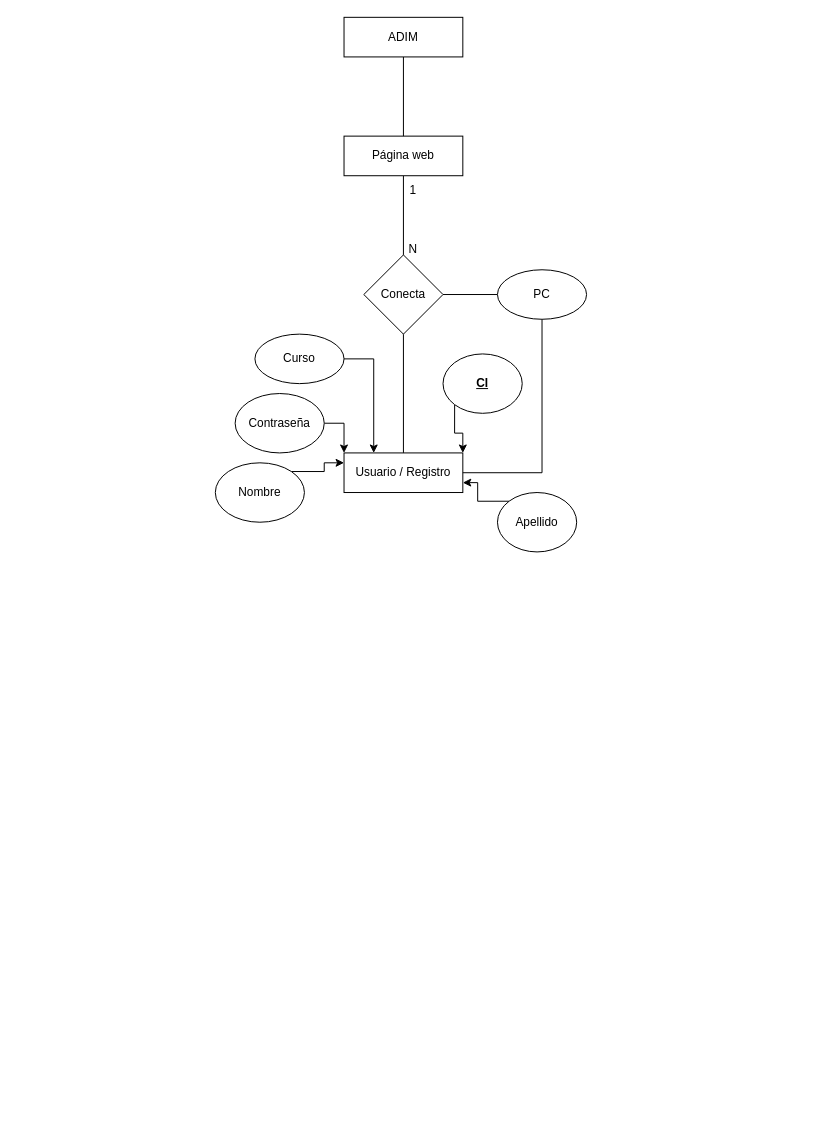
Above: EDUCONNECTMR.drawio in Arcxcad/3ro-bt-informatica (draw.io), before the change. Source tidied: cells renumbered, new cells numbered last; positions are measured from the earlier drawing's top-left corner, leaving out a move shared by most shapes. Both pictures are drawn from the tidied source at 99%, with x=0, y=0 at pixel (215, 17).
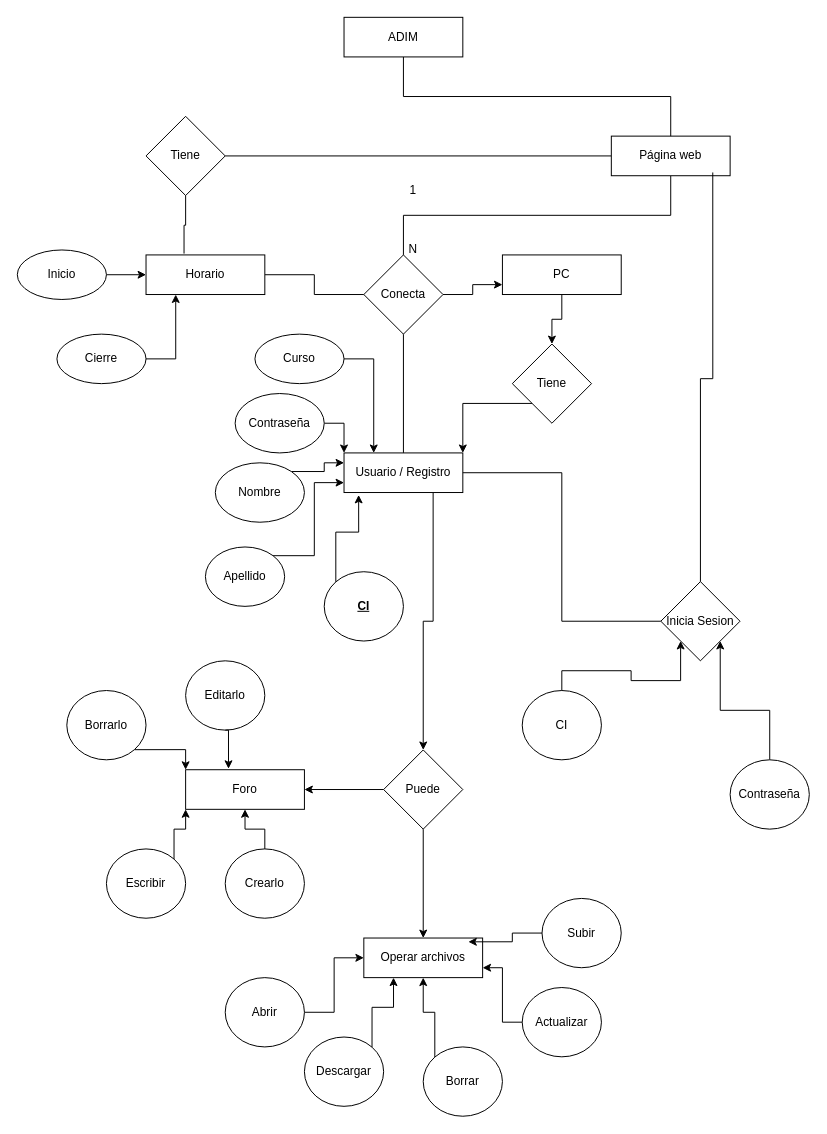
Above is the later version.

Unchanged cells that the change refers to:
```xml
<mxCell id="6" value="Conecta" style="rhombus;whiteSpace=wrap;html=1;shapeInside=1;" parent="1" vertex="1">
  <mxGeometry x="150" y="240" width="80" height="80" as="geometry" />
</mxCell>
<mxCell id="9" value="Usuario / Registro" style="rounded=0;whiteSpace=wrap;html=1;" parent="1" vertex="1">
  <mxGeometry x="130" y="440" width="120" height="40" as="geometry" />
</mxCell>
```

Change to the diagram source:
```diff
@@
+    <mxCell id="24" style="edgeStyle=orthogonalEdgeStyle;rounded=0;jettySize=auto;html=1;exitX=0;exitY=0.5;exitDx=0;exitDy=0;entryX=1;entryY=0.5;entryDx=0;entryDy=0;endArrow=none;endFill=0;" parent="1" edge="1" source="3" target="28">
+      <mxGeometry relative="1" as="geometry" />
+    </mxCell>
     <mxCell id="3" value="Página web" style="rounded=0;whiteSpace=wrap;html=1;" parent="1" vertex="1">
-      <mxGeometry x="130" y="120" width="120" height="40" as="geometry" />
+      <mxGeometry x="400" y="120" width="120" height="40" as="geometry" />
     </mxCell>
@@
-    <mxCell id="5" style="edgeStyle=orthogonalEdgeStyle;rounded=0;jettySize=auto;html=1;exitX=1;exitY=0.5;exitDx=0;exitDy=0;entryX=0;entryY=0.5;entryDx=0;entryDy=0;endArrow=none;endFill=0;" parent="1" edge="1" source="6" target="23">
+    <mxCell id="5" style="edgeStyle=orthogonalEdgeStyle;rounded=0;jettySize=auto;html=1;exitX=1;exitY=0.5;exitDx=0;exitDy=0;entryX=0;entryY=0.75;entryDx=0;entryDy=0;" parent="1" edge="1" source="6" target="23">
       <mxGeometry relative="1" as="geometry" />
     </mxCell>
@@
+    <mxCell id="25" style="edgeStyle=orthogonalEdgeStyle;rounded=0;jettySize=auto;html=1;exitX=0.75;exitY=1;exitDx=0;exitDy=0;entryX=0.5;entryY=0;entryDx=0;entryDy=0;" parent="1" edge="1" source="9" target="46">
+      <mxGeometry relative="1" as="geometry" />
+    </mxCell>
@@
-    <mxCell id="12" style="edgeStyle=orthogonalEdgeStyle;rounded=0;jettySize=auto;html=1;exitX=0;exitY=0;exitDx=0;exitDy=0;entryX=1;entryY=0.75;entryDx=0;entryDy=0;" parent="1" edge="1" source="13" target="9">
+    <mxCell id="12" style="edgeStyle=orthogonalEdgeStyle;rounded=0;jettySize=auto;html=1;exitX=1;exitY=0;exitDx=0;exitDy=0;entryX=0;entryY=0.75;entryDx=0;entryDy=0;" parent="1" edge="1" source="13" target="9">
       <mxGeometry relative="1" as="geometry" />
     </mxCell>
     <mxCell id="13" value="Apellido" style="ellipse;whiteSpace=wrap;html=1;shapeInside=1;" parent="1" vertex="1">
-      <mxGeometry x="285" y="480" width="80" height="60" as="geometry" />
+      <mxGeometry x="-10" y="535" width="80" height="60" as="geometry" />
     </mxCell>
-    <mxCell id="14" style="edgeStyle=orthogonalEdgeStyle;rounded=0;jettySize=auto;html=1;exitX=0;exitY=1;exitDx=0;exitDy=0;entryX=1;entryY=0;entryDx=0;entryDy=0;" parent="1" edge="1" source="15" target="9">
-      <mxGeometry relative="1" as="geometry" />
-    </mxCell>
-    <mxCell id="15" value="&lt;u&gt;&lt;b&gt;CI&lt;/b&gt;&lt;/u&gt;" style="ellipse;whiteSpace=wrap;html=1;shapeInside=1;" parent="1" vertex="1">
-      <mxGeometry x="230" y="340" width="80" height="60" as="geometry" />
+    <mxCell id="15" value="&lt;u&gt;&lt;b&gt;CI&lt;/b&gt;&lt;/u&gt;" style="ellipse;whiteSpace=wrap;html=1;shapeInside=1;direction=south;" parent="1" vertex="1">
+      <mxGeometry x="110" y="560" width="80" height="70" as="geometry" />
     </mxCell>
@@
-    <mxCell id="22" style="edgeStyle=orthogonalEdgeStyle;rounded=0;jettySize=auto;html=1;exitX=0.5;exitY=1;exitDx=0;exitDy=0;entryX=1;entryY=0.5;entryDx=0;entryDy=0;endArrow=none;endFill=0;" parent="1" edge="1" source="23" target="9">
-      <mxGeometry relative="1" as="geometry" />
-    </mxCell>
+    <mxCell id="26" style="edgeStyle=orthogonalEdgeStyle;rounded=0;jettySize=auto;html=1;exitX=1;exitY=0.5;exitDx=0;exitDy=0;entryX=0;entryY=0.5;entryDx=0;entryDy=0;endArrow=none;endFill=0;" parent="1" edge="1" source="27" target="6">
+      <mxGeometry relative="1" as="geometry" />
+    </mxCell>
+    <mxCell id="27" value="Horario" style="rounded=0;whiteSpace=wrap;html=1;" parent="1" vertex="1">
+      <mxGeometry x="-70" y="240" width="120" height="40" as="geometry" />
+    </mxCell>
+    <mxCell id="28" value="Tiene" style="rhombus;whiteSpace=wrap;html=1;shapeInside=1;" parent="1" vertex="1">
+      <mxGeometry x="-70" y="100" width="80" height="80" as="geometry" />
+    </mxCell>
+    <mxCell id="29" style="edgeStyle=orthogonalEdgeStyle;rounded=0;jettySize=auto;html=1;exitX=0.5;exitY=1;exitDx=0;exitDy=0;entryX=0.32;entryY=-0.034;entryDx=0;entryDy=0;entryPerimeter=0;endArrow=none;endFill=0;" parent="1" edge="1" source="28" target="27">
+      <mxGeometry relative="1" as="geometry" />
+    </mxCell>
+    <mxCell id="30" style="edgeStyle=orthogonalEdgeStyle;rounded=0;jettySize=auto;html=1;exitX=0;exitY=0.5;exitDx=0;exitDy=0;entryX=1;entryY=0.5;entryDx=0;entryDy=0;endArrow=none;endFill=0;" parent="1" edge="1" source="31" target="9">
+      <mxGeometry relative="1" as="geometry" />
+    </mxCell>
+    <mxCell id="31" value="Inicia Sesion" style="rhombus;whiteSpace=wrap;html=1;shapeInside=1;" parent="1" vertex="1">
+      <mxGeometry x="450" y="570" width="80" height="80" as="geometry" />
+    </mxCell>
+    <mxCell id="14" style="edgeStyle=orthogonalEdgeStyle;rounded=0;jettySize=auto;html=1;exitX=0;exitY=1;exitDx=0;exitDy=0;entryX=0.123;entryY=1.061;entryDx=0;entryDy=0;entryPerimeter=0;" parent="1" edge="1" source="15" target="9">
+      <mxGeometry relative="1" as="geometry" />
+    </mxCell>
+    <mxCell id="32" style="edgeStyle=orthogonalEdgeStyle;rounded=0;jettySize=auto;html=1;exitX=0.5;exitY=0;exitDx=0;exitDy=0;entryX=0.854;entryY=0.918;entryDx=0;entryDy=0;entryPerimeter=0;endArrow=none;endFill=0;" parent="1" edge="1" source="31" target="3">
+      <mxGeometry relative="1" as="geometry" />
+    </mxCell>
+    <mxCell id="33" style="edgeStyle=orthogonalEdgeStyle;rounded=0;jettySize=auto;html=1;exitX=0;exitY=0.5;exitDx=0;exitDy=0;entryX=0;entryY=1;entryDx=0;entryDy=0;" parent="1" edge="1" source="34" target="31">
+      <mxGeometry relative="1" as="geometry" />
+    </mxCell>
+    <mxCell id="34" value="CI" style="ellipse;whiteSpace=wrap;html=1;shapeInside=1;direction=south;" parent="1" vertex="1">
+      <mxGeometry x="310" y="680" width="80" height="70" as="geometry" />
+    </mxCell>
+    <mxCell id="35" style="edgeStyle=orthogonalEdgeStyle;rounded=0;jettySize=auto;html=1;exitX=0;exitY=0.5;exitDx=0;exitDy=0;entryX=1;entryY=1;entryDx=0;entryDy=0;" parent="1" edge="1" source="36" target="31">
+      <mxGeometry relative="1" as="geometry" />
+    </mxCell>
+    <mxCell id="36" value="Contraseña" style="ellipse;whiteSpace=wrap;html=1;shapeInside=1;direction=south;" parent="1" vertex="1">
+      <mxGeometry x="520" y="750" width="80" height="70" as="geometry" />
+    </mxCell>
+    <mxCell id="37" style="edgeStyle=orthogonalEdgeStyle;rounded=0;jettySize=auto;html=1;exitX=1;exitY=0.5;exitDx=0;exitDy=0;entryX=0;entryY=0.5;entryDx=0;entryDy=0;" parent="1" edge="1" source="38" target="27">
+      <mxGeometry relative="1" as="geometry" />
+    </mxCell>
+    <mxCell id="38" value="Inicio" style="ellipse;whiteSpace=wrap;html=1;shapeInside=1;" parent="1" vertex="1">
+      <mxGeometry x="-200" y="235" width="90" height="50" as="geometry" />
+    </mxCell>
+    <mxCell id="39" style="edgeStyle=orthogonalEdgeStyle;rounded=0;jettySize=auto;html=1;exitX=1;exitY=0.5;exitDx=0;exitDy=0;entryX=0.25;entryY=1;entryDx=0;entryDy=0;" parent="1" edge="1" source="40" target="27">
+      <mxGeometry relative="1" as="geometry" />
+    </mxCell>
+    <mxCell id="40" value="Cierre" style="ellipse;whiteSpace=wrap;html=1;shapeInside=1;" parent="1" vertex="1">
+      <mxGeometry x="-160" y="320" width="90" height="50" as="geometry" />
+    </mxCell>
+    <mxCell id="41" style="edgeStyle=orthogonalEdgeStyle;rounded=0;jettySize=auto;html=1;exitX=0.5;exitY=1;exitDx=0;exitDy=0;entryX=0.5;entryY=0;entryDx=0;entryDy=0;" parent="1" edge="1" source="23" target="43">
+      <mxGeometry relative="1" as="geometry" />
+    </mxCell>
-    <mxCell id="23" value="PC" style="ellipse;whiteSpace=wrap;html=1;shapeInside=1;" parent="1" vertex="1">
-      <mxGeometry x="285" y="255" width="90" height="50" as="geometry" />
+    <mxCell id="23" value="PC" style="rounded=0;whiteSpace=wrap;html=1;" parent="1" vertex="1">
+      <mxGeometry x="290" y="240" width="120" height="40" as="geometry" />
     </mxCell>
+    <mxCell id="42" style="edgeStyle=orthogonalEdgeStyle;rounded=0;jettySize=auto;html=1;exitX=0;exitY=1;exitDx=0;exitDy=0;entryX=1;entryY=0;entryDx=0;entryDy=0;" parent="1" edge="1" source="43" target="9">
+      <mxGeometry relative="1" as="geometry" />
+    </mxCell>
+    <mxCell id="43" value="Tiene" style="rhombus;whiteSpace=wrap;html=1;shapeInside=1;" parent="1" vertex="1">
+      <mxGeometry x="300" y="330" width="80" height="80" as="geometry" />
+    </mxCell>
+    <mxCell id="44" style="edgeStyle=orthogonalEdgeStyle;rounded=0;jettySize=auto;html=1;exitX=0.5;exitY=1;exitDx=0;exitDy=0;entryX=0.5;entryY=0;entryDx=0;entryDy=0;" parent="1" edge="1" source="46" target="47">
+      <mxGeometry relative="1" as="geometry" />
+    </mxCell>
+    <mxCell id="45" style="edgeStyle=orthogonalEdgeStyle;rounded=0;jettySize=auto;html=1;exitX=0;exitY=0.5;exitDx=0;exitDy=0;entryX=1;entryY=0.5;entryDx=0;entryDy=0;" parent="1" edge="1" source="46" target="58">
+      <mxGeometry relative="1" as="geometry" />
+    </mxCell>
+    <mxCell id="46" value="Puede" style="rhombus;whiteSpace=wrap;html=1;shapeInside=1;" parent="1" vertex="1">
+      <mxGeometry x="170" y="740" width="80" height="80" as="geometry" />
+    </mxCell>
+    <mxCell id="47" value="Operar archivos" style="rounded=0;whiteSpace=wrap;html=1;" parent="1" vertex="1">
+      <mxGeometry x="150" y="930" width="120" height="40" as="geometry" />
+    </mxCell>
+    <mxCell id="48" value="Subir" style="ellipse;whiteSpace=wrap;html=1;shapeInside=1;direction=south;" parent="1" vertex="1">
+      <mxGeometry x="330" y="890" width="80" height="70" as="geometry" />
+    </mxCell>
+    <mxCell id="49" style="edgeStyle=orthogonalEdgeStyle;rounded=0;jettySize=auto;html=1;exitX=0.5;exitY=1;exitDx=0;exitDy=0;entryX=1;entryY=0.75;entryDx=0;entryDy=0;" parent="1" edge="1" source="50" target="47">
+      <mxGeometry relative="1" as="geometry" />
+    </mxCell>
+    <mxCell id="50" value="Actualizar" style="ellipse;whiteSpace=wrap;html=1;shapeInside=1;direction=south;" parent="1" vertex="1">
+      <mxGeometry x="310" y="980" width="80" height="70" as="geometry" />
+    </mxCell>
+    <mxCell id="51" style="edgeStyle=orthogonalEdgeStyle;rounded=0;jettySize=auto;html=1;exitX=0;exitY=1;exitDx=0;exitDy=0;entryX=0.5;entryY=1;entryDx=0;entryDy=0;" parent="1" edge="1" source="52" target="47">
+      <mxGeometry relative="1" as="geometry" />
+    </mxCell>
+    <mxCell id="52" value="Borrar" style="ellipse;whiteSpace=wrap;html=1;shapeInside=1;direction=south;" parent="1" vertex="1">
+      <mxGeometry x="210" y="1040" width="80" height="70" as="geometry" />
+    </mxCell>
+    <mxCell id="53" style="edgeStyle=orthogonalEdgeStyle;rounded=0;jettySize=auto;html=1;exitX=0;exitY=0;exitDx=0;exitDy=0;entryX=0.25;entryY=1;entryDx=0;entryDy=0;" parent="1" edge="1" source="54" target="47">
+      <mxGeometry relative="1" as="geometry" />
+    </mxCell>
+    <mxCell id="54" value="Descargar" style="ellipse;whiteSpace=wrap;html=1;shapeInside=1;direction=south;" parent="1" vertex="1">
+      <mxGeometry x="90" y="1030" width="80" height="70" as="geometry" />
+    </mxCell>
+    <mxCell id="55" style="edgeStyle=orthogonalEdgeStyle;rounded=0;jettySize=auto;html=1;exitX=0.5;exitY=1;exitDx=0;exitDy=0;entryX=0.88;entryY=0.096;entryDx=0;entryDy=0;entryPerimeter=0;" parent="1" edge="1" source="48" target="47">
+      <mxGeometry relative="1" as="geometry" />
+    </mxCell>
+    <mxCell id="56" style="edgeStyle=orthogonalEdgeStyle;rounded=0;jettySize=auto;html=1;exitX=0.5;exitY=0;exitDx=0;exitDy=0;entryX=0;entryY=0.5;entryDx=0;entryDy=0;" parent="1" edge="1" source="57" target="47">
+      <mxGeometry relative="1" as="geometry" />
+    </mxCell>
+    <mxCell id="57" value="Abrir" style="ellipse;whiteSpace=wrap;html=1;shapeInside=1;direction=south;" parent="1" vertex="1">
+      <mxGeometry x="10" y="970" width="80" height="70" as="geometry" />
+    </mxCell>
+    <mxCell id="58" value="Foro" style="rounded=0;whiteSpace=wrap;html=1;" parent="1" vertex="1">
+      <mxGeometry x="-30" y="760" width="120" height="40" as="geometry" />
+    </mxCell>
+    <mxCell id="59" style="edgeStyle=orthogonalEdgeStyle;rounded=0;jettySize=auto;html=1;exitX=0;exitY=0.5;exitDx=0;exitDy=0;" parent="1" edge="1" source="60" target="58">
+      <mxGeometry relative="1" as="geometry" />
+    </mxCell>
+    <mxCell id="60" value="Crearlo" style="ellipse;whiteSpace=wrap;html=1;shapeInside=1;direction=south;" parent="1" vertex="1">
+      <mxGeometry x="10" y="840" width="80" height="70" as="geometry" />
+    </mxCell>
+    <mxCell id="61" style="edgeStyle=orthogonalEdgeStyle;rounded=0;jettySize=auto;html=1;exitX=0;exitY=0;exitDx=0;exitDy=0;entryX=0;entryY=1;entryDx=0;entryDy=0;" parent="1" edge="1" source="62" target="58">
+      <mxGeometry relative="1" as="geometry" />
+    </mxCell>
+    <mxCell id="62" value="Escribir" style="ellipse;whiteSpace=wrap;html=1;shapeInside=1;direction=south;" parent="1" vertex="1">
+      <mxGeometry x="-110" y="840" width="80" height="70" as="geometry" />
+    </mxCell>
+    <mxCell id="63" style="edgeStyle=orthogonalEdgeStyle;rounded=0;jettySize=auto;html=1;exitX=1;exitY=0;exitDx=0;exitDy=0;entryX=0;entryY=0;entryDx=0;entryDy=0;" parent="1" edge="1" source="64" target="58">
+      <mxGeometry relative="1" as="geometry" />
+    </mxCell>
+    <mxCell id="64" value="Borrarlo" style="ellipse;whiteSpace=wrap;html=1;shapeInside=1;direction=south;" parent="1" vertex="1">
+      <mxGeometry x="-150" y="680" width="80" height="70" as="geometry" />
+    </mxCell>
+    <mxCell id="65" value="Editarlo" style="ellipse;whiteSpace=wrap;html=1;shapeInside=1;direction=south;" parent="1" vertex="1">
+      <mxGeometry x="-30" y="650" width="80" height="70" as="geometry" />
+    </mxCell>
+    <mxCell id="66" style="edgeStyle=orthogonalEdgeStyle;rounded=0;jettySize=auto;html=1;exitX=1;exitY=0.5;exitDx=0;exitDy=0;entryX=0.361;entryY=-0.025;entryDx=0;entryDy=0;entryPerimeter=0;" parent="1" edge="1" source="65" target="58">
+      <mxGeometry relative="1" as="geometry" />
+    </mxCell>
```
